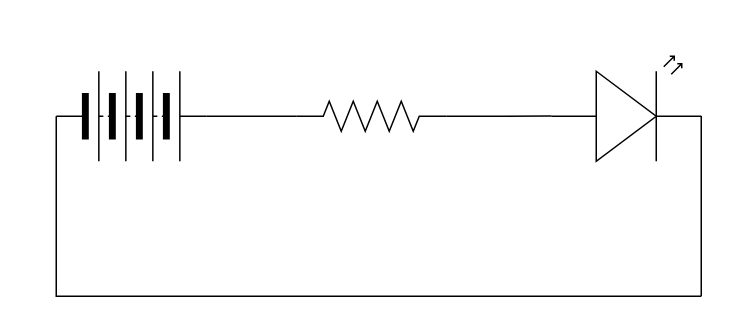
Before: Unit4-03.drawio in trent-hodgins-01/TEJ3M1-Unit4, a draw.io diagram. Source tidied: cells renumbered, new cells numbered last; positions are measured from the earlier drawing's top-left corner, leaving out a move shared by most shapes. Both pictures are drawn from the tidied source at 150%, with x=0, y=0 at pixel (56, 56).
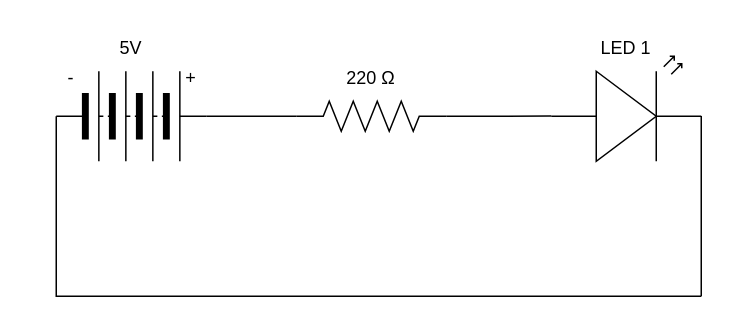
After the change.

Change to the diagram source:
```diff
@@
 <mxGraphModel>
   <root>
     <mxCell id="0" />
     <mxCell id="1" parent="0" />
     <mxCell id="2" style="edgeStyle=none;html=1;exitX=0;exitY=0.5;exitDx=0;exitDy=0;endArrow=none;endFill=0;rounded=0;" parent="1" edge="1" source="3">
       <mxGeometry relative="1" as="geometry">
         <mxPoint x="430" y="160" as="targetPoint" />
         <Array as="points">
           <mxPoint y="160" />
         </Array>
       </mxGeometry>
     </mxCell>
     <mxCell id="3" style="verticalLabelPosition=bottom;shadow=0;dashed=0;align=center;html=1;verticalAlign=top;shape=mxgraph.electrical.miscellaneous.batteryStack;" parent="1" vertex="1">
       <mxGeometry y="10" width="100" height="60" as="geometry" />
     </mxCell>
     <mxCell id="4" style="edgeStyle=none;html=1;entryX=1;entryY=0.5;entryDx=0;entryDy=0;endArrow=none;endFill=0;" parent="1" edge="1" source="6" target="3">
       <mxGeometry relative="1" as="geometry" />
     </mxCell>
     <mxCell id="5" style="edgeStyle=none;html=1;exitX=1;exitY=0.5;exitDx=0;exitDy=0;exitPerimeter=0;entryX=0;entryY=0.57;entryDx=0;entryDy=0;entryPerimeter=0;endArrow=none;endFill=0;" parent="1" edge="1" source="6" target="8">
       <mxGeometry relative="1" as="geometry" />
     </mxCell>
     <mxCell id="6" style="verticalLabelPosition=bottom;shadow=0;dashed=0;align=center;html=1;verticalAlign=top;shape=mxgraph.electrical.resistors.resistor_2;" parent="1" vertex="1">
       <mxGeometry x="160" y="30" width="100" height="20" as="geometry" />
     </mxCell>
     <mxCell id="7" style="edgeStyle=none;html=1;exitX=1;exitY=0.57;exitDx=0;exitDy=0;exitPerimeter=0;endArrow=none;endFill=0;" parent="1" edge="1" source="8">
       <mxGeometry relative="1" as="geometry">
         <mxPoint x="430" y="160" as="targetPoint" />
       </mxGeometry>
     </mxCell>
     <mxCell id="8" style="verticalLabelPosition=bottom;shadow=0;dashed=0;align=center;html=1;verticalAlign=top;shape=mxgraph.electrical.opto_electronics.led_2;" parent="1" vertex="1">
       <mxGeometry x="330" width="100" height="70" as="geometry" />
     </mxCell>
+    <mxCell id="9" value="5V" style="text;html=1;strokeColor=none;fillColor=none;align=center;verticalAlign=middle;whiteSpace=wrap;rounded=0;" parent="1" vertex="1">
+      <mxGeometry x="20" y="-20" width="60" height="30" as="geometry" />
+    </mxCell>
+    <mxCell id="10" value="220 Ω" style="text;html=1;strokeColor=none;fillColor=none;align=center;verticalAlign=middle;whiteSpace=wrap;rounded=0;" parent="1" vertex="1">
+      <mxGeometry x="180" width="60" height="30" as="geometry" />
+    </mxCell>
+    <mxCell id="11" value="LED 1" style="text;html=1;strokeColor=none;fillColor=none;align=center;verticalAlign=middle;whiteSpace=wrap;rounded=0;" parent="1" vertex="1">
+      <mxGeometry x="350" y="-20" width="60" height="30" as="geometry" />
+    </mxCell>
+    <mxCell id="12" value="+" style="text;html=1;strokeColor=none;fillColor=none;align=center;verticalAlign=middle;whiteSpace=wrap;rounded=0;" parent="1" vertex="1">
+      <mxGeometry x="60" width="60" height="30" as="geometry" />
+    </mxCell>
+    <mxCell id="13" value="-" style="text;html=1;strokeColor=none;fillColor=none;align=center;verticalAlign=middle;whiteSpace=wrap;rounded=0;" parent="1" vertex="1">
+      <mxGeometry x="-20" width="60" height="30" as="geometry" />
+    </mxCell>
   </root>
 </mxGraphModel>
```
